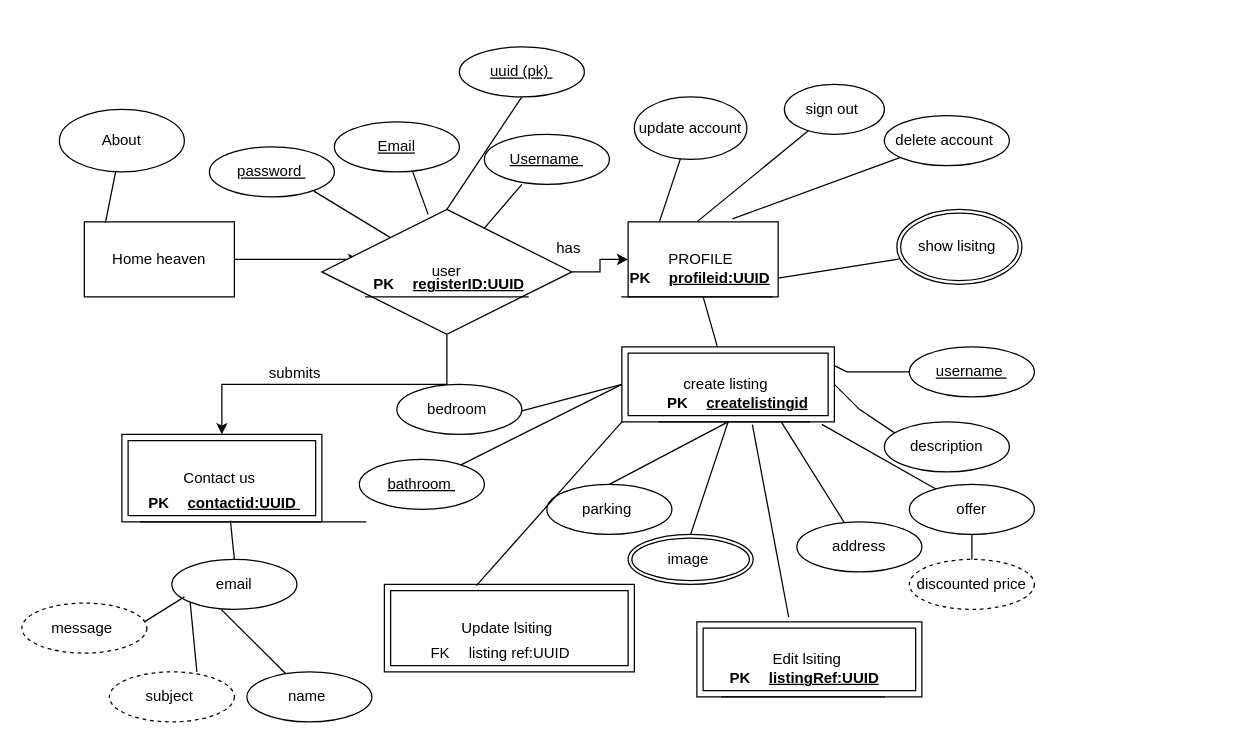
Earlier version of the draw.io diagram api/Untitled Diagram.drawio (rishabhgupta2004/HOMEHEAVEN). Source tidied: cells renumbered, new cells numbered last; positions are measured from the earlier drawing's top-left corner, leaving out a move shared by most shapes. Both pictures are drawn from the tidied source at 125%, with x=0, y=0 at pixel (21, 46).
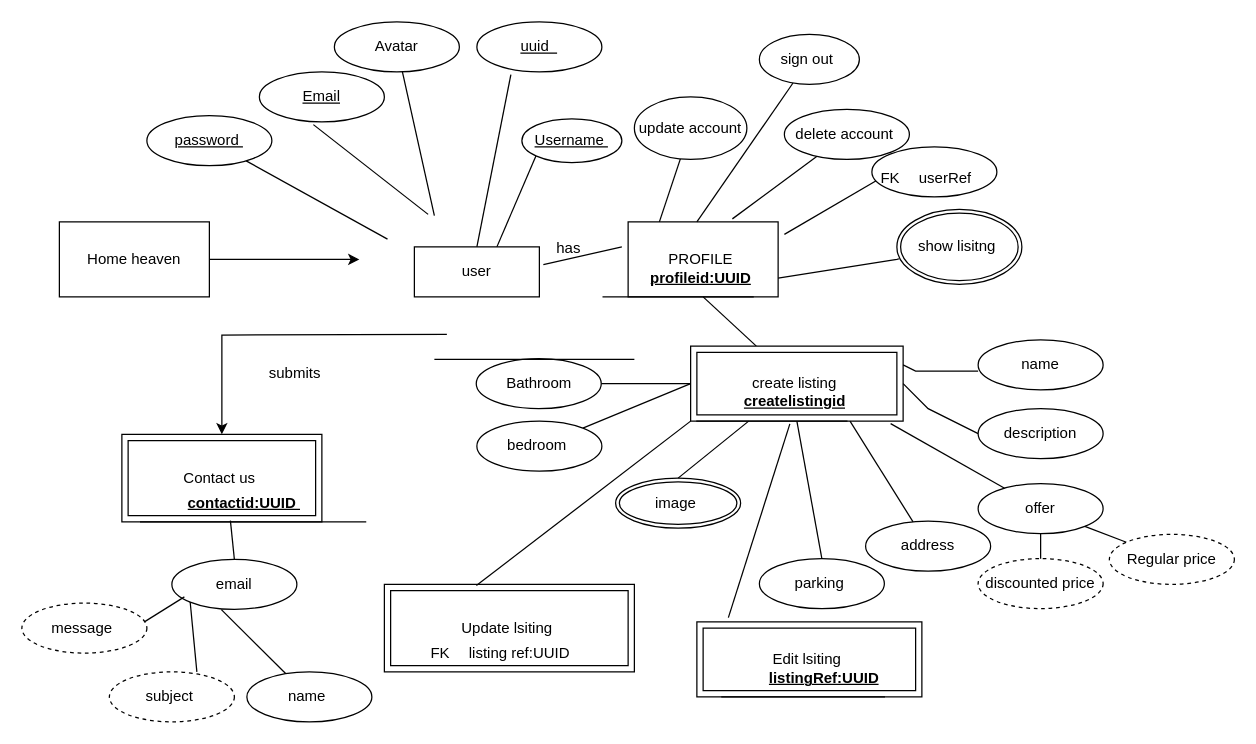
After the change.

The change refers to these unchanged cells:
```xml
<mxCell id="7" value="PROFILE&lt;span style=&quot;background-color: initial;&quot;&gt;&amp;nbsp;&lt;/span&gt;" style="whiteSpace=wrap;html=1;" parent="1" vertex="1">
  <mxGeometry x="485" y="140" width="120" height="60" as="geometry" />
</mxCell>
<mxCell id="48" style="shape=tableRow;horizontal=0;startSize=0;swimlaneHead=0;swimlaneBody=0;fillColor=none;points=[[0,0.5],[1,0.5]];portConstraint=eastwest;top=0;left=0;right=0;bottom=0;" parent="47" vertex="1">
  <mxGeometry width="60" height="30" as="geometry" />
</mxCell>
<mxCell id="56" style="shape=tableRow;horizontal=0;startSize=0;swimlaneHead=0;swimlaneBody=0;fillColor=none;points=[[0,0.5],[1,0.5]];portConstraint=eastwest;top=0;left=0;right=0;bottom=1;" parent="55" vertex="1">
  <mxGeometry width="120" height="30" as="geometry" />
</mxCell>
<mxCell id="60" value="Edit lsiting&amp;nbsp;" style="shape=ext;margin=3;double=1;whiteSpace=wrap;html=1;align=center;" parent="1" vertex="1">
  <mxGeometry x="540" y="460" width="180" height="60" as="geometry" />
</mxCell>
<mxCell id="63" style="shape=tableRow;horizontal=0;startSize=0;swimlaneHead=0;swimlaneBody=0;fillColor=none;top=0;left=0;right=0;bottom=1;" parent="62" vertex="1">
  <mxGeometry width="130" height="30" as="geometry" />
</mxCell>
<mxCell id="67" style="shape=tableRow;horizontal=0;startSize=0;swimlaneHead=0;swimlaneBody=0;fillColor=none;top=0;left=0;right=0;bottom=1;" parent="66" vertex="1">
  <mxGeometry width="120" height="30" as="geometry" />
</mxCell>
<mxCell id="74" value="Contact us&amp;nbsp;" style="shape=ext;margin=3;double=1;whiteSpace=wrap;html=1;align=center;" parent="1" vertex="1">
  <mxGeometry x="80" y="310" width="160" height="70" as="geometry" />
</mxCell>
<mxCell id="76" style="shape=tableRow;horizontal=0;startSize=0;swimlaneHead=0;swimlaneBody=0;fillColor=none;points=[[0,0.5],[1,0.5]];portConstraint=eastwest;top=0;left=0;right=0;bottom=1;" parent="75" vertex="1">
  <mxGeometry width="180" height="30" as="geometry" />
</mxCell>
```

Change to the diagram source:
```diff
@@
     <mxCell id="3" value="Home heaven" style="rounded=0;whiteSpace=wrap;html=1;" parent="1" vertex="1">
-      <mxGeometry x="50" y="140" width="120" height="60" as="geometry" />
+      <mxGeometry x="30" y="140" width="120" height="60" as="geometry" />
     </mxCell>
-    <mxCell id="4" style="edgeStyle=orthogonalEdgeStyle;rounded=0;jettySize=auto;html=1;" parent="1" edge="1" source="6" target="7">
-      <mxGeometry relative="1" as="geometry" />
-    </mxCell>
-    <mxCell id="5" style="edgeStyle=orthogonalEdgeStyle;rounded=0;jettySize=auto;html=1;" parent="1" edge="1" source="6" target="74">
-      <mxGeometry relative="1" as="geometry" />
+    <mxCell id="5" style="edgeStyle=orthogonalEdgeStyle;rounded=0;jettySize=auto;html=1;" parent="1" edge="1" target="74">
+      <mxGeometry relative="1" as="geometry">
+        <mxPoint x="340" y="230" as="sourcePoint" />
+      </mxGeometry>
     </mxCell>
-    <mxCell id="6" value="user" style="rhombus;whiteSpace=wrap;html=1;" parent="1" vertex="1">
-      <mxGeometry x="240" y="130" width="200" height="100" as="geometry" />
-    </mxCell>
@@
-    <mxCell id="8" style="endArrow=none;html=1;rounded=0;" parent="1" edge="1" source="6">
-      <mxGeometry relative="1" as="geometry">
-        <mxPoint x="400" y="110" as="targetPoint" />
-      </mxGeometry>
+    <mxCell id="8" style="endArrow=none;html=1;rounded=0;entryX=0;entryY=1;entryDx=0;entryDy=0;exitX=0.66;exitY=0;exitDx=0;exitDy=0;exitPerimeter=0;" parent="1" edge="1" source="6" target="44">
+      <mxGeometry relative="1" as="geometry" />
     </mxCell>
-    <mxCell id="9" style="endArrow=none;html=1;rounded=0;exitX=0.425;exitY=0.04;exitDx=0;exitDy=0;exitPerimeter=0;" parent="1" edge="1" source="6">
+    <mxCell id="9" style="endArrow=none;html=1;rounded=0;exitX=0.425;exitY=0.04;exitDx=0;exitDy=0;exitPerimeter=0;entryX=0.432;entryY=1.055;entryDx=0;entryDy=0;entryPerimeter=0;" parent="1" edge="1" target="43">
       <mxGeometry relative="1" as="geometry">
-        <mxPoint x="312.4" y="99.2" as="targetPoint" />
+        <mxPoint x="325" y="134" as="sourcePoint" />
       </mxGeometry>
     </mxCell>
-    <mxCell id="10" style="endArrow=none;html=1;rounded=0;" parent="1" edge="1" source="6">
+    <mxCell id="10" style="endArrow=none;html=1;rounded=0;" parent="1" edge="1" target="42">
       <mxGeometry relative="1" as="geometry">
-        <mxPoint x="233.6" y="115.4" as="targetPoint" />
+        <mxPoint x="292.5" y="153.8" as="sourcePoint" />
       </mxGeometry>
     </mxCell>
-    <mxCell id="11" style="endArrow=none;html=1;rounded=0;exitX=0.14;exitY=0.013;exitDx=0;exitDy=0;exitPerimeter=0;" parent="1" edge="1" source="3" target="12">
-      <mxGeometry relative="1" as="geometry" />
-    </mxCell>
-    <mxCell id="12" value="About" style="ellipse;whiteSpace=wrap;html=1;" parent="1" vertex="1">
-      <mxGeometry x="30" y="50" width="100" height="50" as="geometry" />
-    </mxCell>
@@
     <mxCell id="16" value="delete account&amp;nbsp;" style="ellipse;whiteSpace=wrap;html=1;" parent="1" vertex="1">
-      <mxGeometry x="690" y="55" width="100" height="40" as="geometry" />
+      <mxGeometry x="610" y="50" width="100" height="40" as="geometry" />
     </mxCell>
     <mxCell id="17" value="sign out&amp;nbsp;" style="ellipse;whiteSpace=wrap;html=1;" parent="1" vertex="1">
-      <mxGeometry x="610" y="30" width="80" height="40" as="geometry" />
+      <mxGeometry x="590" y="-10" width="80" height="40" as="geometry" />
     </mxCell>
@@
     <mxCell id="22" value="create listing&amp;nbsp;" style="shape=ext;margin=3;double=1;whiteSpace=wrap;html=1;align=center;" parent="1" vertex="1">
-      <mxGeometry x="480" y="240" width="170" height="60" as="geometry" />
+      <mxGeometry x="535" y="239.4" width="170" height="60" as="geometry" />
     </mxCell>
     <mxCell id="23" style="endArrow=none;html=1;rounded=0;exitX=1;exitY=0.25;exitDx=0;exitDy=0;" parent="1" edge="1" source="22">
       <mxGeometry relative="1" as="geometry">
-        <mxPoint x="710" y="260" as="targetPoint" />
+        <mxPoint x="765" y="259.4" as="targetPoint" />
         <Array as="points">
-          <mxPoint x="660" y="260" />
+          <mxPoint x="715" y="259.4" />
         </Array>
       </mxGeometry>
     </mxCell>
-    <mxCell id="24" style="endArrow=none;html=1;rounded=0;exitX=1;exitY=0.5;exitDx=0;exitDy=0;" parent="1" edge="1" source="22">
+    <mxCell id="24" style="endArrow=none;html=1;rounded=0;exitX=1;exitY=0.5;exitDx=0;exitDy=0;entryX=0;entryY=0.5;entryDx=0;entryDy=0;" parent="1" edge="1" source="22" target="25">
       <mxGeometry relative="1" as="geometry">
-        <mxPoint x="700" y="310" as="targetPoint" />
         <Array as="points">
-          <mxPoint x="670" y="290" />
+          <mxPoint x="725" y="289.4" />
         </Array>
       </mxGeometry>
     </mxCell>
     <mxCell id="25" value="description" style="ellipse;whiteSpace=wrap;html=1;align=center;" parent="1" vertex="1">
-      <mxGeometry x="690" y="300" width="100" height="40" as="geometry" />
+      <mxGeometry x="765" y="289.4" width="100" height="40" as="geometry" />
     </mxCell>
@@
     <mxCell id="27" value="address" style="ellipse;whiteSpace=wrap;html=1;align=center;" parent="1" vertex="1">
-      <mxGeometry x="620" y="380" width="100" height="40" as="geometry" />
+      <mxGeometry x="675" y="379.4" width="100" height="40" as="geometry" />
     </mxCell>
     <mxCell id="28" value="parking&amp;nbsp;" style="ellipse;whiteSpace=wrap;html=1;align=center;" parent="1" vertex="1">
-      <mxGeometry x="420" y="350" width="100" height="40" as="geometry" />
+      <mxGeometry x="590" y="409.4" width="100" height="40" as="geometry" />
     </mxCell>
@@
-    <mxCell id="30" style="endArrow=none;html=1;rounded=0;entryX=0;entryY=0.5;entryDx=0;entryDy=0;" parent="1" edge="1" target="22">
-      <mxGeometry relative="1" as="geometry">
-        <mxPoint x="400" y="291.2" as="sourcePoint" />
-      </mxGeometry>
+    <mxCell id="30" style="endArrow=none;html=1;rounded=0;entryX=0;entryY=0.5;entryDx=0;entryDy=0;exitX=1;exitY=0.5;exitDx=0;exitDy=0;" parent="1" edge="1" source="101" target="22">
+      <mxGeometry relative="1" as="geometry" />
     </mxCell>
-    <mxCell id="31" value="bedroom&amp;nbsp;" style="ellipse;whiteSpace=wrap;html=1;align=center;" parent="1" vertex="1">
-      <mxGeometry x="300" y="270" width="100" height="40" as="geometry" />
-    </mxCell>
     <mxCell id="32" value="offer" style="ellipse;whiteSpace=wrap;html=1;align=center;" parent="1" vertex="1">
-      <mxGeometry x="710" y="350" width="100" height="40" as="geometry" />
+      <mxGeometry x="765" y="349.4" width="100" height="40" as="geometry" />
     </mxCell>
     <mxCell id="33" value="discounted price" style="ellipse;whiteSpace=wrap;html=1;align=center;dashed=1;" parent="1" vertex="1">
-      <mxGeometry x="710" y="410" width="100" height="40" as="geometry" />
+      <mxGeometry x="765" y="409.4" width="100" height="40" as="geometry" />
     </mxCell>
-    <mxCell id="34" style="endArrow=none;html=1;rounded=0;exitX=0;exitY=0.5;exitDx=0;exitDy=0;" parent="1" edge="1" source="22" target="35">
-      <mxGeometry relative="1" as="geometry" />
-    </mxCell>
-    <mxCell id="35" value="bathroom&amp;nbsp;" style="ellipse;whiteSpace=wrap;html=1;align=center;fontStyle=4;" parent="1" vertex="1">
-      <mxGeometry x="270" y="330" width="100" height="40" as="geometry" />
-    </mxCell>
@@
     <mxCell id="37" value="image&amp;nbsp;" style="ellipse;shape=doubleEllipse;margin=3;whiteSpace=wrap;html=1;align=center;" parent="1" vertex="1">
-      <mxGeometry x="485" y="390" width="100" height="40" as="geometry" />
+      <mxGeometry x="475" y="345" width="100" height="40" as="geometry" />
     </mxCell>
@@
-    <mxCell id="41" value="username&amp;nbsp;" style="ellipse;whiteSpace=wrap;html=1;align=center;fontStyle=4;" parent="1" vertex="1">
-      <mxGeometry x="710" y="240" width="100" height="40" as="geometry" />
-    </mxCell>
     <mxCell id="42" value="password&amp;nbsp;" style="ellipse;whiteSpace=wrap;html=1;align=center;fontStyle=4;" parent="1" vertex="1">
-      <mxGeometry x="150" y="80" width="100" height="40" as="geometry" />
+      <mxGeometry x="100" y="55" width="100" height="40" as="geometry" />
     </mxCell>
     <mxCell id="43" value="Email" style="ellipse;whiteSpace=wrap;html=1;align=center;fontStyle=4;" parent="1" vertex="1">
-      <mxGeometry x="250" y="60" width="100" height="40" as="geometry" />
+      <mxGeometry x="190" y="20" width="100" height="40" as="geometry" />
     </mxCell>
     <mxCell id="44" value="Username&amp;nbsp;" style="ellipse;whiteSpace=wrap;html=1;align=center;fontStyle=4;" parent="1" vertex="1">
-      <mxGeometry x="370" y="70" width="100" height="40" as="geometry" />
+      <mxGeometry x="400" y="57.5" width="80" height="35" as="geometry" />
     </mxCell>
-    <mxCell id="45" style="endArrow=none;html=1;rounded=0;entryX=0.5;entryY=0;entryDx=0;entryDy=0;" parent="1" edge="1" target="6">
-      <mxGeometry relative="1" as="geometry">
-        <mxPoint x="400" y="40" as="sourcePoint" />
-        <Array as="points">
-          <mxPoint x="400" y="40" />
-        </Array>
-      </mxGeometry>
-    </mxCell>
-    <mxCell id="46" value="uuid (pk)&amp;nbsp;" style="ellipse;whiteSpace=wrap;html=1;align=center;fontStyle=4;" parent="1" vertex="1">
-      <mxGeometry x="350" width="100" height="40" as="geometry" />
+    <mxCell id="46" value="uuid&amp;nbsp;&amp;nbsp;" style="ellipse;whiteSpace=wrap;html=1;align=center;fontStyle=4;" parent="1" vertex="1">
+      <mxGeometry x="364" y="-20" width="100" height="40" as="geometry" />
     </mxCell>
@@
     <mxCell id="55" style="shape=table;startSize=0;childLayout=tableLayout;rowLines=0;fontStyle=0;align=center;strokeColor=none;fillColor=none;" parent="1" vertex="1">
-      <mxGeometry x="510" y="270" width="120" height="30" as="geometry" />
+      <mxGeometry x="540" y="269.4" width="120" height="30" as="geometry" />
     </mxCell>
@@
-    <mxCell id="57" value="PK" style="shape=partialRectangle;fillColor=none;top=0;left=0;bottom=0;right=0;fontStyle=1;overflow=hidden;whiteSpace=wrap;html=1;" parent="56" vertex="1">
+    <mxCell id="57" style="shape=partialRectangle;fillColor=none;top=0;left=0;bottom=0;right=0;fontStyle=1;overflow=hidden;whiteSpace=wrap;html=1;" parent="56" vertex="1">
       <mxGeometry width="30" height="30" as="geometry" />
     </mxCell>
@@
     <mxCell id="59" style="endArrow=none;html=1;rounded=0;" parent="1" edge="1" target="32">
       <mxGeometry relative="1" as="geometry">
-        <mxPoint x="640" y="302" as="sourcePoint" />
+        <mxPoint x="695" y="301.4" as="sourcePoint" />
       </mxGeometry>
     </mxCell>
@@
-    <mxCell id="61" style="endArrow=none;html=1;rounded=0;entryX=0.408;entryY=-0.065;entryDx=0;entryDy=0;entryPerimeter=0;exitX=0.62;exitY=1.073;exitDx=0;exitDy=0;exitPerimeter=0;" parent="1" edge="1" source="56" target="60">
+    <mxCell id="61" style="endArrow=none;html=1;rounded=0;exitX=0.62;exitY=1.073;exitDx=0;exitDy=0;exitPerimeter=0;entryX=0.14;entryY=-0.057;entryDx=0;entryDy=0;entryPerimeter=0;" parent="1" edge="1" source="56" target="60">
       <mxGeometry relative="1" as="geometry" />
     </mxCell>
@@
-    <mxCell id="64" value="PK" style="shape=partialRectangle;fillColor=none;top=0;left=0;bottom=0;right=0;fontStyle=1;overflow=hidden;whiteSpace=wrap;html=1;" parent="63" vertex="1">
+    <mxCell id="64" style="shape=partialRectangle;fillColor=none;top=0;left=0;bottom=0;right=0;fontStyle=1;overflow=hidden;whiteSpace=wrap;html=1;" parent="63" vertex="1">
       <mxGeometry width="30" height="30" as="geometry" />
     </mxCell>
@@
     <mxCell id="66" style="shape=table;startSize=0;childLayout=tableLayout;rowLines=0;fontStyle=0;align=center;strokeColor=none;fillColor=none;" parent="1" vertex="1">
-      <mxGeometry x="480" y="170" width="120" height="30" as="geometry" />
+      <mxGeometry x="465" y="170" width="120" height="30" as="geometry" />
     </mxCell>
@@
-    <mxCell id="68" value="PK" style="shape=partialRectangle;fillColor=none;top=0;left=0;bottom=0;right=0;fontStyle=1;overflow=hidden;whiteSpace=wrap;html=1;" parent="67" vertex="1">
+    <mxCell id="68" style="shape=partialRectangle;fillColor=none;top=0;left=0;bottom=0;right=0;fontStyle=1;overflow=hidden;whiteSpace=wrap;html=1;" parent="67" vertex="1">
       <mxGeometry width="30" height="30" as="geometry" />
     </mxCell>
@@
-    <mxCell id="70" style="shape=table;startSize=0;childLayout=tableLayout;rowLines=0;fontStyle=0;align=center;strokeColor=none;fillColor=none;" parent="1" vertex="1">
-      <mxGeometry x="275" y="180" width="130" height="20" as="geometry" />
-    </mxCell>
-    <mxCell id="71" style="shape=tableRow;horizontal=0;startSize=0;swimlaneHead=0;swimlaneBody=0;fillColor=none;top=0;left=0;right=0;bottom=1;" parent="70" vertex="1">
-      <mxGeometry width="130" height="20" as="geometry" />
-    </mxCell>
-    <mxCell id="72" value="PK" style="shape=partialRectangle;fillColor=none;top=0;left=0;bottom=0;right=0;fontStyle=1;overflow=hidden;whiteSpace=wrap;html=1;" parent="71" vertex="1">
-      <mxGeometry width="30" height="20" as="geometry" />
-    </mxCell>
-    <mxCell id="73" value="registerID:UUID" style="shape=partialRectangle;fillColor=none;top=0;left=0;bottom=0;right=0;align=left;spacingLeft=6;fontStyle=5;overflow=hidden;whiteSpace=wrap;html=1;" parent="71" vertex="1">
-      <mxGeometry x="30" width="100" height="20" as="geometry" />
-    </mxCell>
@@
-    <mxCell id="77" value="PK" style="shape=partialRectangle;fillColor=none;top=0;left=0;bottom=0;right=0;fontStyle=1;overflow=hidden;whiteSpace=wrap;html=1;" parent="76" vertex="1">
+    <mxCell id="77" style="shape=partialRectangle;fillColor=none;top=0;left=0;bottom=0;right=0;fontStyle=1;overflow=hidden;whiteSpace=wrap;html=1;" parent="76" vertex="1">
       <mxGeometry width="30" height="30" as="geometry" />
     </mxCell>
@@
+    <mxCell id="91" style="endArrow=none;html=1;rounded=0;" parent="1" edge="1" target="92">
+      <mxGeometry relative="1" as="geometry">
+        <mxPoint x="330" y="135" as="sourcePoint" />
+      </mxGeometry>
+    </mxCell>
+    <mxCell id="92" value="Avatar" style="ellipse;whiteSpace=wrap;html=1;" parent="1" vertex="1">
+      <mxGeometry x="250" y="-20" width="100" height="40" as="geometry" />
+    </mxCell>
+    <mxCell id="93" style="endArrow=none;html=1;rounded=0;entryX=0.272;entryY=1.055;entryDx=0;entryDy=0;entryPerimeter=0;exitX=0.5;exitY=0;exitDx=0;exitDy=0;" parent="1" edge="1" source="6" target="46">
+      <mxGeometry relative="1" as="geometry" />
+    </mxCell>
+    <mxCell id="94" style="endArrow=none;html=1;rounded=0;" parent="1" edge="1">
+      <mxGeometry relative="1" as="geometry">
+        <mxPoint x="610" y="150" as="sourcePoint" />
+        <mxPoint x="684.8" y="106.3" as="targetPoint" />
+      </mxGeometry>
+    </mxCell>
+    <mxCell id="95" style="ellipse;whiteSpace=wrap;html=1;align=center;fontStyle=4;" parent="1" vertex="1">
+      <mxGeometry x="680" y="80" width="100" height="40" as="geometry" />
+    </mxCell>
+    <mxCell id="96" style="shape=table;startSize=0;childLayout=tableLayout;rowLines=0;fontStyle=0;align=center;strokeColor=none;fillColor=none;" parent="1" vertex="1">
+      <mxGeometry x="680" y="90" width="160" height="30" as="geometry" />
+    </mxCell>
+    <mxCell id="97" style="shape=tableRow;horizontal=0;startSize=0;swimlaneHead=0;swimlaneBody=0;fillColor=none;top=0;left=0;right=0;bottom=0;" parent="96" vertex="1">
+      <mxGeometry width="160" height="30" as="geometry" />
+    </mxCell>
+    <mxCell id="98" value="FK" style="shape=partialRectangle;fillColor=none;top=0;left=0;bottom=0;right=0;fontStyle=0;overflow=hidden;whiteSpace=wrap;html=1;" parent="97" vertex="1">
+      <mxGeometry width="30" height="30" as="geometry" />
+    </mxCell>
+    <mxCell id="99" value="userRef" style="shape=partialRectangle;fillColor=none;top=0;left=0;bottom=0;right=0;align=left;spacingLeft=6;fontStyle=0;overflow=hidden;whiteSpace=wrap;html=1;" parent="97" vertex="1">
+      <mxGeometry x="30" width="130" height="30" as="geometry" />
+    </mxCell>
+    <mxCell id="100" value="name" style="ellipse;whiteSpace=wrap;html=1;align=center;" parent="1" vertex="1">
+      <mxGeometry x="765" y="234.4" width="100" height="40" as="geometry" />
+    </mxCell>
+    <mxCell id="101" value="Bathroom" style="ellipse;whiteSpace=wrap;html=1;align=center;" parent="1" vertex="1">
+      <mxGeometry x="363.5" y="249.4" width="100" height="40" as="geometry" />
+    </mxCell>
+    <mxCell id="102" style="endArrow=none;html=1;rounded=0;exitX=0;exitY=0.5;exitDx=0;exitDy=0;" parent="1" edge="1" source="22" target="31">
+      <mxGeometry relative="1" as="geometry" />
+    </mxCell>
+    <mxCell id="31" value="bedroom&amp;nbsp;" style="ellipse;whiteSpace=wrap;html=1;align=center;" parent="1" vertex="1">
+      <mxGeometry x="364" y="299.4" width="100" height="40" as="geometry" />
+    </mxCell>
+    <mxCell id="103" style="endArrow=none;html=1;rounded=0;exitX=1;exitY=1;exitDx=0;exitDy=0;" parent="1" edge="1" source="32" target="104">
+      <mxGeometry relative="1" as="geometry" />
+    </mxCell>
+    <mxCell id="104" value="Regular price" style="ellipse;whiteSpace=wrap;html=1;align=center;dashed=1;" parent="1" vertex="1">
+      <mxGeometry x="870" y="390" width="100" height="40" as="geometry" />
+    </mxCell>
+    <mxCell id="6" value="user" style="whiteSpace=wrap;html=1;align=center;" parent="1" vertex="1">
+      <mxGeometry x="314" y="160" width="100" height="40" as="geometry" />
+    </mxCell>
+    <mxCell id="105" style="endArrow=none;html=1;rounded=0;" parent="1" edge="1">
+      <mxGeometry relative="1" as="geometry">
+        <mxPoint x="330" y="250" as="sourcePoint" />
+        <mxPoint x="490" y="250" as="targetPoint" />
+      </mxGeometry>
+    </mxCell>
+    <mxCell id="106" style="endArrow=none;html=1;rounded=0;exitX=0.453;exitY=0.973;exitDx=0;exitDy=0;exitPerimeter=0;" parent="1" edge="1" source="48">
+      <mxGeometry relative="1" as="geometry">
+        <mxPoint x="480" y="160" as="targetPoint" />
+      </mxGeometry>
+    </mxCell>
```
